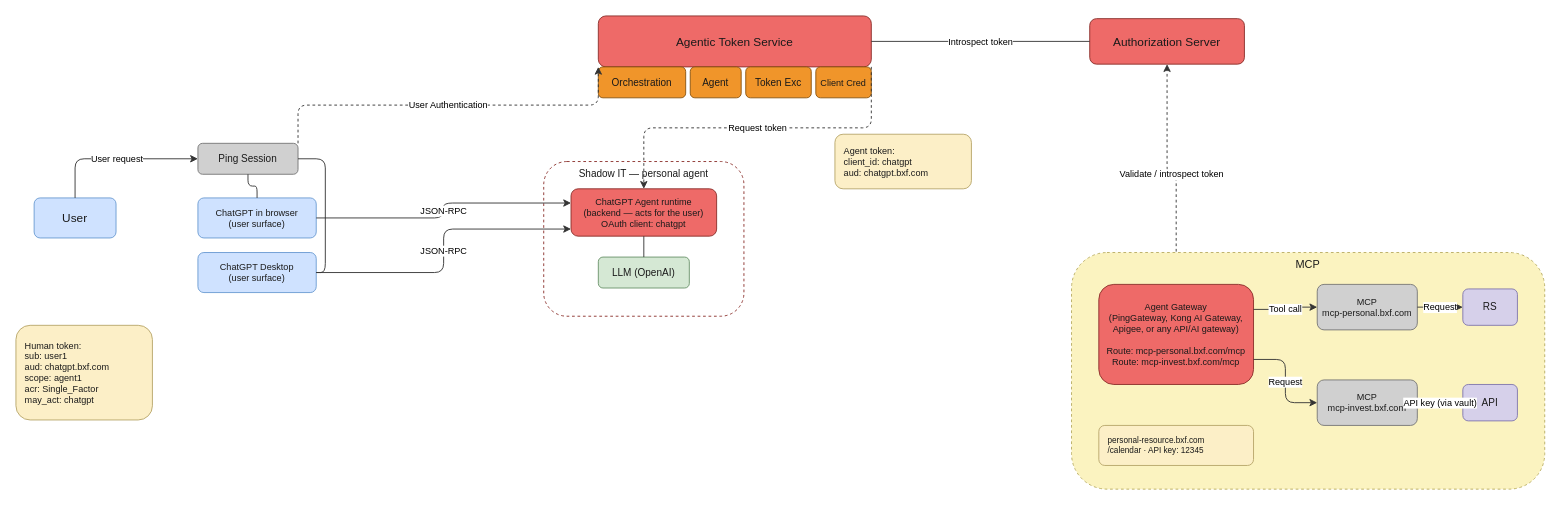
Earlier version of the draw.io diagram docs/diagrams/personal-agent-chatgpt.drawio (curtismu7/AI-DEMO2). Source tidied: cells renumbered, new cells numbered last; positions are measured from the earlier drawing's top-left corner, leaving out a move shared by most shapes. Both pictures are drawn from the tidied source at 91%, with x=0, y=0 at pixel (15, 15).
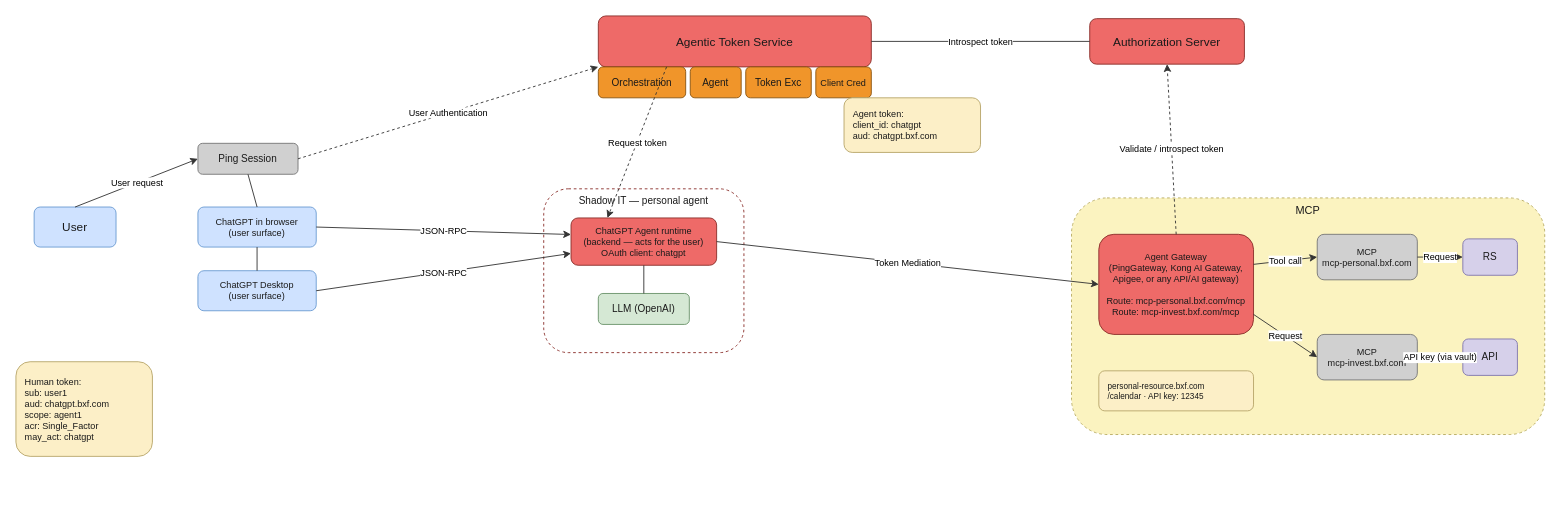
The same diagram, later.

Commit message:
docs(diagrams): straighten drawio edges, fix arrow visibility

The change refers to these unchanged cells:
```xml
<mxCell id="2" value="Agentic Token Service" style="rounded=1;whiteSpace=wrap;html=1;fillColor=#ee6a68;strokeColor=#8a2f2a;fontColor=#1a1a1a;fontSize=13;" parent="1" vertex="1">
  <mxGeometry x="640" width="300" height="56" as="geometry" />
</mxCell>
<mxCell id="7" value="Authorization Server" style="rounded=1;whiteSpace=wrap;html=1;fillColor=#ee6a68;strokeColor=#8a2f2a;fontColor=#1a1a1a;fontSize=13;" parent="1" vertex="1">
  <mxGeometry x="1180" y="3" width="170" height="50" as="geometry" />
</mxCell>
<mxCell id="11" value="Ping Session" style="rounded=1;whiteSpace=wrap;html=1;fillColor=#d0d0d0;strokeColor=#777777;fontColor=#1a1a1a;fontSize=11;" parent="1" vertex="1">
  <mxGeometry x="200" y="140" width="110" height="34" as="geometry" />
</mxCell>
```

Change to the diagram source:
```diff
@@
-    <mxCell id="8" value="Introspect token" style="edgeStyle=orthogonalEdgeStyle;html=1;endArrow=none;strokeColor=#333333;fontSize=10;exitX=1;exitY=0.5;entryX=0;entryY=0.5;" parent="1" edge="1" source="2" target="7">
+    <mxCell id="8" value="Introspect token" style="edgeStyle=none;html=1;endArrow=none;strokeColor=#333333;fontSize=10;exitX=1;exitY=0.5;entryX=0;entryY=0.5;" parent="1" edge="1" source="2" target="7">
       <mxGeometry relative="1" as="geometry" />
     </mxCell>
-    <mxCell id="9" value="Validate / introspect token" style="edgeStyle=orthogonalEdgeStyle;html=1;strokeColor=#333333;fontSize=10;dashed=1;exitX=0.5;exitY=0;entryX=0.5;entryY=1;" parent="1" edge="1" source="28" target="7">
-      <mxGeometry relative="1" as="geometry" />
-    </mxCell>
     <mxCell id="10" value="User" style="rounded=1;whiteSpace=wrap;html=1;fillColor=#cfe2ff;strokeColor=#6b9bd2;fontColor=#1a1a1a;fontSize=13;" parent="1" vertex="1">
-      <mxGeometry x="20" y="200" width="90" height="44" as="geometry" />
+      <mxGeometry x="20" y="210" width="90" height="44" as="geometry" />
     </mxCell>
@@
     <mxCell id="12" value="ChatGPT in browser&#10;(user surface)" style="rounded=1;whiteSpace=wrap;html=1;fillColor=#cfe2ff;strokeColor=#6b9bd2;fontColor=#1a1a1a;fontSize=10;" parent="1" vertex="1">
-      <mxGeometry x="200" y="200" width="130" height="44" as="geometry" />
+      <mxGeometry x="200" y="210" width="130" height="44" as="geometry" />
     </mxCell>
     <mxCell id="13" value="ChatGPT Desktop&#10;(user surface)" style="rounded=1;whiteSpace=wrap;html=1;fillColor=#cfe2ff;strokeColor=#6b9bd2;fontColor=#1a1a1a;fontSize=10;" parent="1" vertex="1">
-      <mxGeometry x="200" y="260" width="130" height="44" as="geometry" />
+      <mxGeometry x="200" y="280" width="130" height="44" as="geometry" />
     </mxCell>
-    <mxCell id="14" value="User request" style="edgeStyle=orthogonalEdgeStyle;html=1;strokeColor=#333333;fontSize=10;exitX=0.5;exitY=0;entryX=0;entryY=0.5;" parent="1" edge="1" source="10" target="11">
+    <mxCell id="14" value="User request" style="edgeStyle=none;html=1;strokeColor=#333333;fontSize=10;exitX=0.5;exitY=0;entryX=0;entryY=0.5;" parent="1" edge="1" source="10" target="11">
       <mxGeometry relative="1" as="geometry" />
     </mxCell>
-    <mxCell id="15" style="edgeStyle=orthogonalEdgeStyle;html=1;strokeColor=#333333;endArrow=none;exitX=0.5;exitY=1;entryX=0.5;entryY=0;" parent="1" edge="1" source="11" target="12">
+    <mxCell id="15" style="edgeStyle=none;html=1;strokeColor=#333333;endArrow=none;exitX=0.5;exitY=1;entryX=0.5;entryY=0;" parent="1" edge="1" source="11" target="12">
       <mxGeometry relative="1" as="geometry" />
     </mxCell>
-    <mxCell id="16" style="edgeStyle=orthogonalEdgeStyle;html=1;strokeColor=#333333;endArrow=none;exitX=1;exitY=0.5;entryX=1;entryY=0.5;" parent="1" edge="1" source="11" target="13">
+    <mxCell id="16" style="edgeStyle=none;html=1;strokeColor=#333333;endArrow=none;exitX=0.5;exitY=1;entryX=0.5;entryY=0;" parent="1" edge="1" source="12" target="13">
       <mxGeometry relative="1" as="geometry" />
     </mxCell>
-    <mxCell id="17" value="User Authentication" style="edgeStyle=orthogonalEdgeStyle;html=1;strokeColor=#333333;fontSize=10;dashed=1;exitX=1;exitY=0;entryX=0;entryY=1;" parent="1" edge="1" source="11" target="2">
+    <mxCell id="17" value="User Authentication" style="edgeStyle=none;html=1;strokeColor=#333333;fontSize=10;dashed=1;exitX=1;exitY=0.5;entryX=0;entryY=1;" parent="1" edge="1" source="11" target="2">
       <mxGeometry relative="1" as="geometry" />
     </mxCell>
     <mxCell id="18" value="Human token:&#10;sub: user1&#10;aud: chatgpt.bxf.com&#10;scope: agent1&#10;acr: Single_Factor&#10;may_act: chatgpt" style="rounded=1;whiteSpace=wrap;html=1;fillColor=#fcefc7;strokeColor=#b8a66a;fontColor=#1a1a1a;fontSize=10;align=left;spacingLeft=8;" parent="1" vertex="1">
-      <mxGeometry y="340" width="150" height="104" as="geometry" />
+      <mxGeometry y="380" width="150" height="104" as="geometry" />
     </mxCell>
     <mxCell id="19" value="Shadow IT — personal agent" style="rounded=1;whiteSpace=wrap;html=1;fillColor=none;strokeColor=#8a2f2a;dashed=1;fontColor=#1a1a1a;fontSize=11;verticalAlign=top;" parent="1" vertex="1">
-      <mxGeometry x="580" y="160" width="220" height="170" as="geometry" />
+      <mxGeometry x="580" y="190" width="220" height="180" as="geometry" />
     </mxCell>
     <mxCell id="20" value="ChatGPT Agent runtime&#10;(backend — acts for the user)&#10;OAuth client: chatgpt" style="rounded=1;whiteSpace=wrap;html=1;fillColor=#ee6a68;strokeColor=#8a2f2a;fontColor=#1a1a1a;fontSize=10;" parent="1" vertex="1">
-      <mxGeometry x="610" y="190" width="160" height="52" as="geometry" />
+      <mxGeometry x="610" y="222" width="160" height="52" as="geometry" />
     </mxCell>
     <mxCell id="21" value="LLM (OpenAI)" style="rounded=1;whiteSpace=wrap;html=1;fillColor=#d5e8d4;strokeColor=#6a936a;fontColor=#1a1a1a;fontSize=11;" parent="1" vertex="1">
-      <mxGeometry x="640" y="265" width="100" height="34" as="geometry" />
+      <mxGeometry x="640" y="305" width="100" height="34" as="geometry" />
     </mxCell>
-    <mxCell id="22" value="JSON-RPC" style="edgeStyle=orthogonalEdgeStyle;html=1;strokeColor=#333333;fontSize=10;exitX=1;exitY=0.5;entryX=0;entryY=0.3;" parent="1" edge="1" source="12" target="20">
+    <mxCell id="22" value="JSON-RPC" style="edgeStyle=none;html=1;strokeColor=#333333;fontSize=10;exitX=1;exitY=0.5;entryX=0;entryY=0.35;" parent="1" edge="1" source="12" target="20">
       <mxGeometry relative="1" as="geometry" />
     </mxCell>
-    <mxCell id="23" value="JSON-RPC" style="edgeStyle=orthogonalEdgeStyle;html=1;strokeColor=#333333;fontSize=10;exitX=1;exitY=0.5;entryX=0;entryY=0.85;" parent="1" edge="1" source="13" target="20">
+    <mxCell id="23" value="JSON-RPC" style="edgeStyle=none;html=1;strokeColor=#333333;fontSize=10;exitX=1;exitY=0.5;entryX=0;entryY=0.75;" parent="1" edge="1" source="13" target="20">
       <mxGeometry relative="1" as="geometry" />
     </mxCell>
-    <mxCell id="24" style="edgeStyle=orthogonalEdgeStyle;html=1;strokeColor=#333333;endArrow=none;exitX=0.5;exitY=1;entryX=0.5;entryY=0;" parent="1" edge="1" source="20" target="21">
+    <mxCell id="24" style="edgeStyle=none;html=1;strokeColor=#333333;endArrow=none;exitX=0.5;exitY=1;entryX=0.5;entryY=0;" parent="1" edge="1" source="20" target="21">
       <mxGeometry relative="1" as="geometry" />
     </mxCell>
+    <mxCell id="26" value="Request token" style="edgeStyle=none;html=1;strokeColor=#333333;fontSize=10;dashed=1;exitX=0.25;exitY=1;entryX=0.25;entryY=0;" parent="1" edge="1" source="2" target="20">
+      <mxGeometry relative="1" as="geometry" />
+    </mxCell>
     <mxCell id="25" value="Agent token:&#10;client_id: chatgpt&#10;aud: chatgpt.bxf.com" style="rounded=1;whiteSpace=wrap;html=1;fillColor=#fcefc7;strokeColor=#b8a66a;fontColor=#1a1a1a;fontSize=10;align=left;spacingLeft=8;" parent="1" vertex="1">
-      <mxGeometry x="900" y="130" width="150" height="60" as="geometry" />
+      <mxGeometry x="910" y="90" width="150" height="60" as="geometry" />
     </mxCell>
-    <mxCell id="26" value="Request token" style="edgeStyle=orthogonalEdgeStyle;html=1;strokeColor=#333333;fontSize=10;dashed=1;exitX=1;exitY=1;entryX=0.5;entryY=0;" parent="1" edge="1" source="2" target="20">
-      <mxGeometry relative="1" as="geometry" />
-    </mxCell>
     <mxCell id="27" value="MCP" style="rounded=1;whiteSpace=wrap;html=1;fillColor=#fbf3c0;strokeColor=#b8ac60;fontColor=#1a1a1a;fontSize=12;verticalAlign=top;dashed=1;" parent="1" vertex="1">
-      <mxGeometry x="1160" y="260" width="520" height="260" as="geometry" />
+      <mxGeometry x="1160" y="200" width="520" height="260" as="geometry" />
     </mxCell>
     <mxCell id="28" value="Agent Gateway&#10;(PingGateway, Kong AI Gateway,&#10;Apigee, or any API/AI gateway)&#10;&#10;Route: mcp-personal.bxf.com/mcp&#10;Route: mcp-invest.bxf.com/mcp" style="rounded=1;whiteSpace=wrap;html=1;fillColor=#ee6a68;strokeColor=#8a2f2a;fontColor=#1a1a1a;fontSize=10;" parent="1" vertex="1">
-      <mxGeometry x="1190" y="295" width="170" height="110" as="geometry" />
+      <mxGeometry x="1190" y="240" width="170" height="110" as="geometry" />
     </mxCell>
     <mxCell id="29" value="MCP&#10;mcp-personal.bxf.com" style="rounded=1;whiteSpace=wrap;html=1;fillColor=#d0d0d0;strokeColor=#777777;fontColor=#1a1a1a;fontSize=10;" parent="1" vertex="1">
-      <mxGeometry x="1430" y="295" width="110" height="50" as="geometry" />
+      <mxGeometry x="1430" y="240" width="110" height="50" as="geometry" />
     </mxCell>
     <mxCell id="30" value="MCP&#10;mcp-invest.bxf.com" style="rounded=1;whiteSpace=wrap;html=1;fillColor=#d0d0d0;strokeColor=#777777;fontColor=#1a1a1a;fontSize=10;" parent="1" vertex="1">
-      <mxGeometry x="1430" y="400" width="110" height="50" as="geometry" />
+      <mxGeometry x="1430" y="350" width="110" height="50" as="geometry" />
     </mxCell>
     <mxCell id="31" value="RS" style="rounded=1;whiteSpace=wrap;html=1;fillColor=#d6d0ea;strokeColor=#8077ad;fontColor=#1a1a1a;fontSize=11;" parent="1" vertex="1">
-      <mxGeometry x="1590" y="300" width="60" height="40" as="geometry" />
+      <mxGeometry x="1590" y="245" width="60" height="40" as="geometry" />
     </mxCell>
     <mxCell id="32" value="API" style="rounded=1;whiteSpace=wrap;html=1;fillColor=#d6d0ea;strokeColor=#8077ad;fontColor=#1a1a1a;fontSize=11;" parent="1" vertex="1">
-      <mxGeometry x="1590" y="405" width="60" height="40" as="geometry" />
+      <mxGeometry x="1590" y="355" width="60" height="40" as="geometry" />
     </mxCell>
     <mxCell id="33" value="personal-resource.bxf.com&#10;/calendar · API key: 12345" style="rounded=1;whiteSpace=wrap;html=1;fillColor=#fcefc7;strokeColor=#b8a66a;fontColor=#1a1a1a;fontSize=9;align=left;spacingLeft=8;" parent="1" vertex="1">
-      <mxGeometry x="1190" y="450" width="170" height="44" as="geometry" />
+      <mxGeometry x="1190" y="390" width="170" height="44" as="geometry" />
     </mxCell>
+    <mxCell id="38" value="Token Mediation" style="edgeStyle=none;html=1;strokeColor=#333333;fontSize=10;exitX=1;exitY=0.5;entryX=0;entryY=0.5;" parent="1" edge="1" source="20" target="28">
+      <mxGeometry relative="1" as="geometry" />
+    </mxCell>
+    <mxCell id="9" value="Validate / introspect token" style="edgeStyle=none;html=1;strokeColor=#333333;fontSize=10;dashed=1;exitX=0.5;exitY=0;entryX=0.5;entryY=1;" parent="1" edge="1" source="28" target="7">
+      <mxGeometry relative="1" as="geometry" />
+    </mxCell>
-    <mxCell id="34" value="Tool call" style="edgeStyle=orthogonalEdgeStyle;html=1;strokeColor=#333333;fontSize=10;exitX=1;exitY=0.25;entryX=0;entryY=0.5;" parent="1" edge="1" source="28" target="29">
+    <mxCell id="34" value="Tool call" style="edgeStyle=none;html=1;strokeColor=#333333;fontSize=10;exitX=1;exitY=0.3;entryX=0;entryY=0.5;" parent="1" edge="1" source="28" target="29">
       <mxGeometry relative="1" as="geometry" />
     </mxCell>
-    <mxCell id="35" value="Request" style="edgeStyle=orthogonalEdgeStyle;html=1;strokeColor=#333333;fontSize=10;exitX=1;exitY=0.75;entryX=0;entryY=0.5;" parent="1" edge="1" source="28" target="30">
+    <mxCell id="35" value="Request" style="edgeStyle=none;html=1;strokeColor=#333333;fontSize=10;exitX=1;exitY=0.8;entryX=0;entryY=0.5;" parent="1" edge="1" source="28" target="30">
       <mxGeometry relative="1" as="geometry" />
     </mxCell>
-    <mxCell id="36" value="Request" style="edgeStyle=orthogonalEdgeStyle;html=1;strokeColor=#333333;fontSize=10;exitX=1;exitY=0.5;entryX=0;entryY=0.5;" parent="1" edge="1" source="29" target="31">
+    <mxCell id="36" value="Request" style="edgeStyle=none;html=1;strokeColor=#333333;fontSize=10;exitX=1;exitY=0.5;entryX=0;entryY=0.5;" parent="1" edge="1" source="29" target="31">
       <mxGeometry relative="1" as="geometry" />
     </mxCell>
-    <mxCell id="37" value="API key (via vault)" style="edgeStyle=orthogonalEdgeStyle;html=1;strokeColor=#333333;fontSize=10;exitX=1;exitY=0.5;entryX=0;entryY=0.5;" parent="1" edge="1" source="30" target="32">
+    <mxCell id="37" value="API key (via vault)" style="edgeStyle=none;html=1;strokeColor=#333333;fontSize=10;exitX=1;exitY=0.5;entryX=0;entryY=0.5;" parent="1" edge="1" source="30" target="32">
       <mxGeometry relative="1" as="geometry" />
     </mxCell>
```
